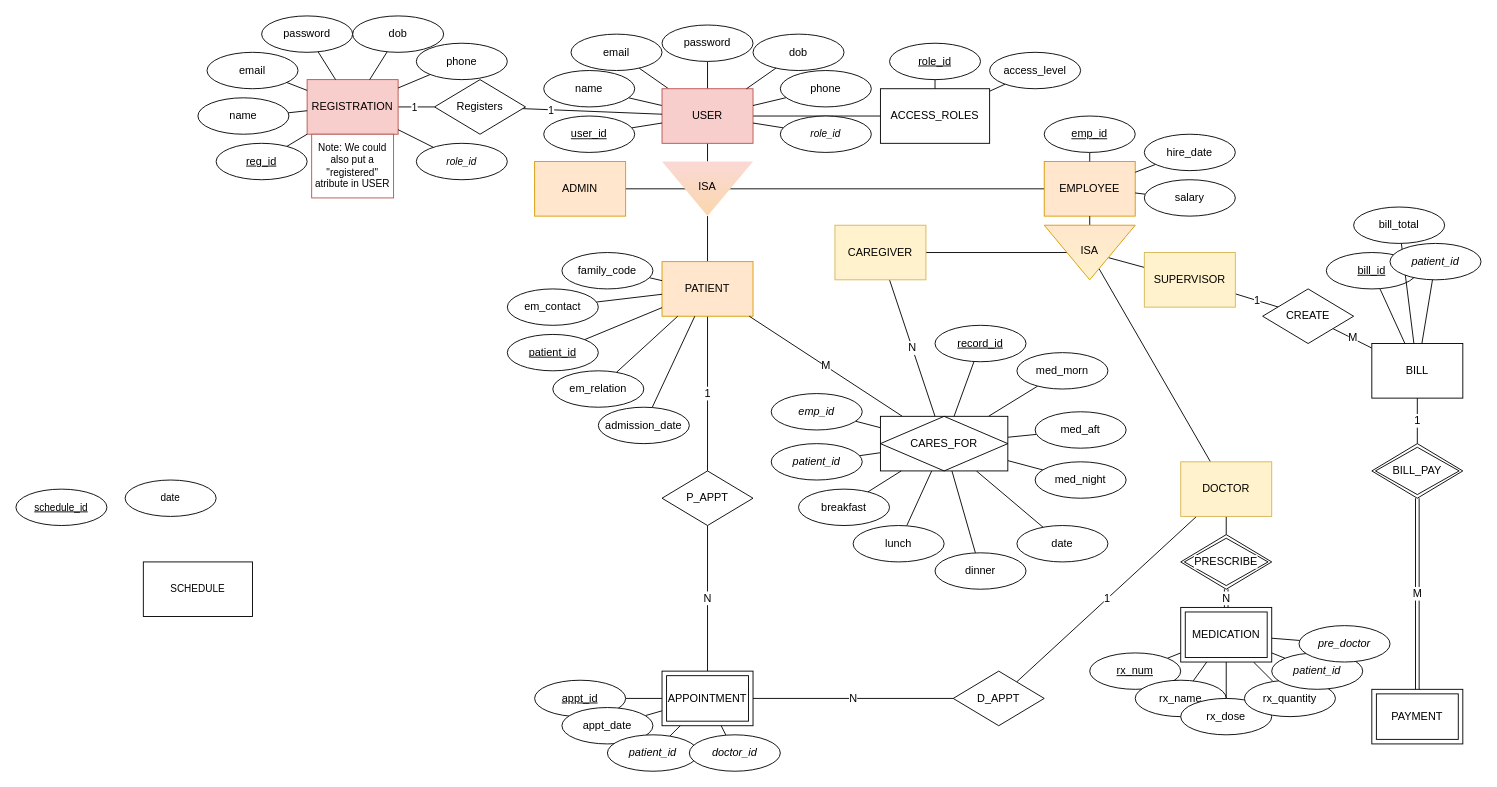
emott13/aegis keeps this draw.io diagram as ERD.drawio. Above is the earlier version. Source tidied: cells renumbered, new cells numbered last; positions are measured from the earlier drawing's top-left corner, leaving out a move shared by most shapes. Both pictures are drawn from the tidied source at 91%, with x=0, y=0 at pixel (15, 15).
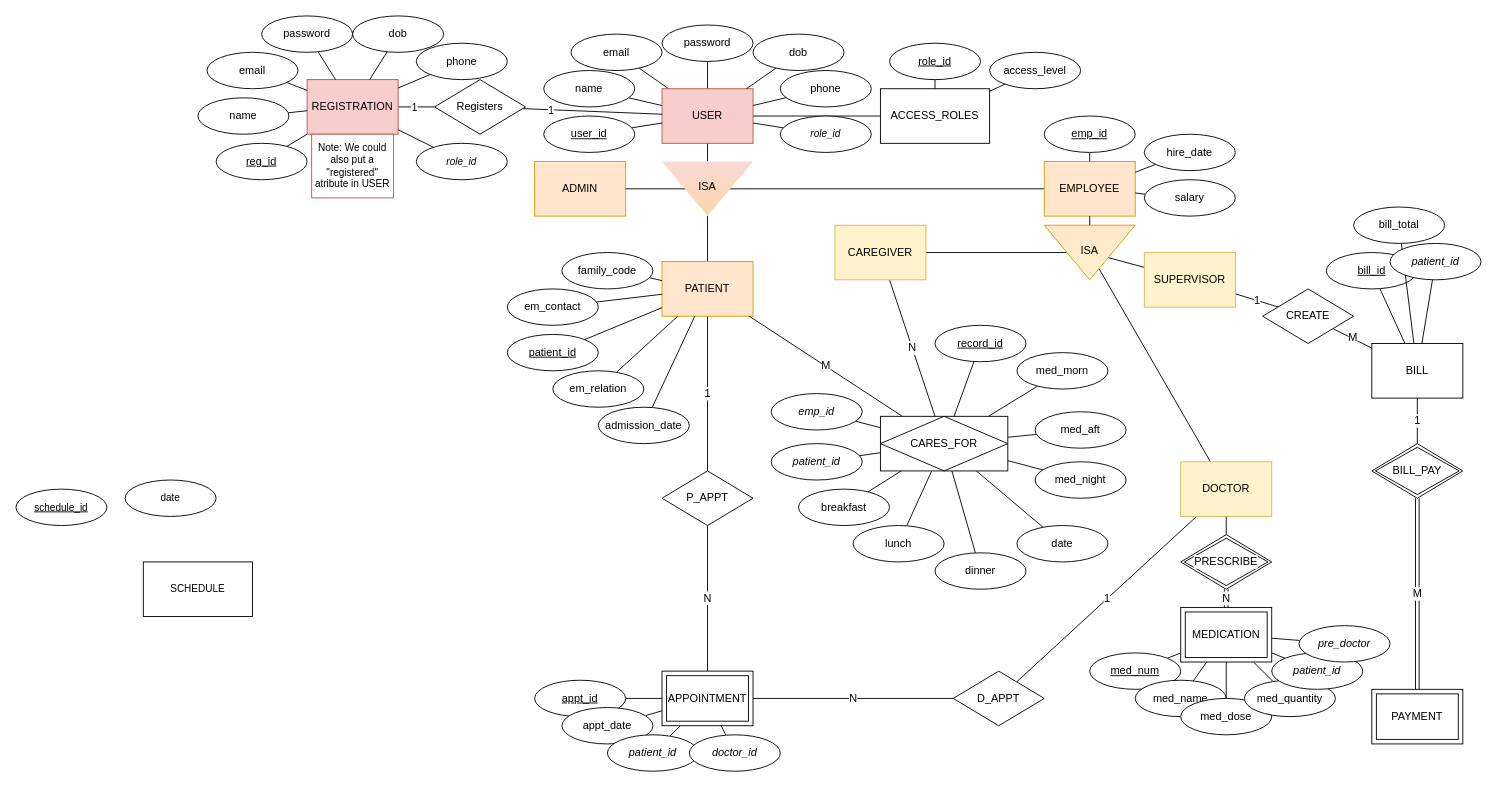
Above is the later version.

Commit message:
Renamed 'rx' (from MEDICATION) to 'med'

The edit, as a diff of the source:
```diff
@@
-    <mxCell id="52" value="&lt;u&gt;rx_num&lt;/u&gt;" style="ellipse;whiteSpace=wrap;html=1;align=center;strokeColor=default;verticalAlign=middle;fontFamily=Helvetica;fontSize=12;fontColor=default;labelBackgroundColor=default;fillColor=default;" parent="1" vertex="1">
+    <mxCell id="52" value="&lt;u&gt;med_num&lt;/u&gt;" style="ellipse;whiteSpace=wrap;html=1;align=center;strokeColor=default;verticalAlign=middle;fontFamily=Helvetica;fontSize=12;fontColor=default;labelBackgroundColor=default;fillColor=default;" parent="1" vertex="1">
       <mxGeometry x="1180" y="700" width="100" height="40" as="geometry" />
     </mxCell>
-    <mxCell id="53" value="rx_name" style="ellipse;whiteSpace=wrap;html=1;align=center;strokeColor=default;verticalAlign=middle;fontFamily=Helvetica;fontSize=12;fontColor=default;labelBackgroundColor=default;fillColor=default;" parent="1" vertex="1">
+    <mxCell id="53" value="med_name" style="ellipse;whiteSpace=wrap;html=1;align=center;strokeColor=default;verticalAlign=middle;fontFamily=Helvetica;fontSize=12;fontColor=default;labelBackgroundColor=default;fillColor=default;" parent="1" vertex="1">
       <mxGeometry x="1230" y="730" width="100" height="40" as="geometry" />
     </mxCell>
-    <mxCell id="54" value="rx_dose" style="ellipse;whiteSpace=wrap;html=1;align=center;strokeColor=default;verticalAlign=middle;fontFamily=Helvetica;fontSize=12;fontColor=default;labelBackgroundColor=default;fillColor=default;" parent="1" vertex="1">
+    <mxCell id="54" value="med_dose" style="ellipse;whiteSpace=wrap;html=1;align=center;strokeColor=default;verticalAlign=middle;fontFamily=Helvetica;fontSize=12;fontColor=default;labelBackgroundColor=default;fillColor=default;" parent="1" vertex="1">
       <mxGeometry x="1280" y="750" width="100" height="40" as="geometry" />
     </mxCell>
@@
-    <mxCell id="56" value="rx_quantity" style="ellipse;whiteSpace=wrap;html=1;align=center;strokeColor=default;verticalAlign=middle;fontFamily=Helvetica;fontSize=12;fontColor=default;labelBackgroundColor=default;fillColor=default;" parent="1" vertex="1">
+    <mxCell id="56" value="med_quantity" style="ellipse;whiteSpace=wrap;html=1;align=center;strokeColor=default;verticalAlign=middle;fontFamily=Helvetica;fontSize=12;fontColor=default;labelBackgroundColor=default;fillColor=default;" parent="1" vertex="1">
       <mxGeometry x="1350" y="730" width="100" height="40" as="geometry" />
     </mxCell>
```
